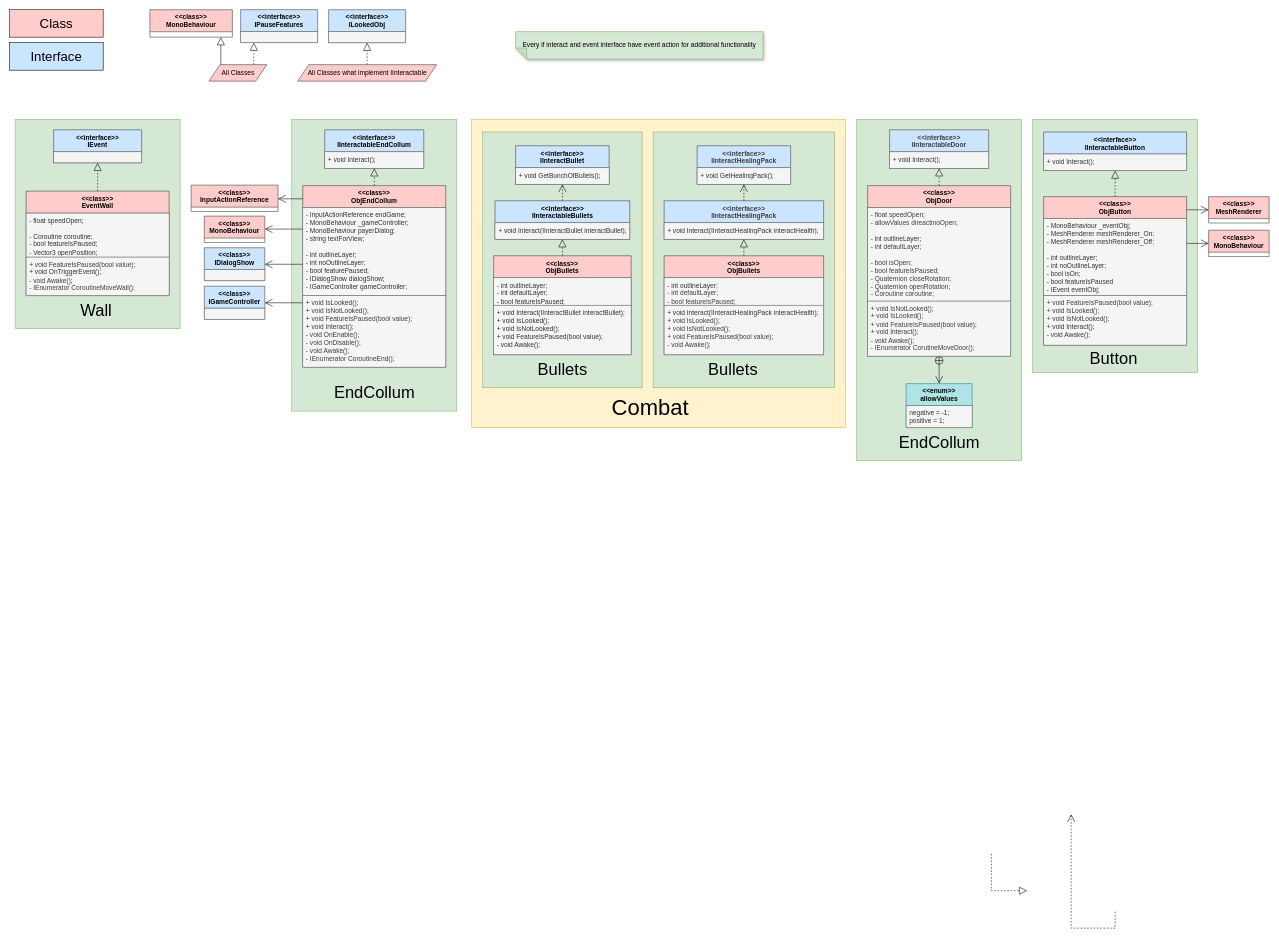
Earlier version of the draw.io diagram doc/Class_Diagram_Objects.drawio (OGecgo/TheCatCult). Source tidied: cells renumbered, new cells numbered last; positions are measured from the earlier drawing's top-left corner, leaving out a move shared by most shapes. Both pictures are drawn from the tidied source at 55%, with x=0, y=0 at pixel (9, 9).
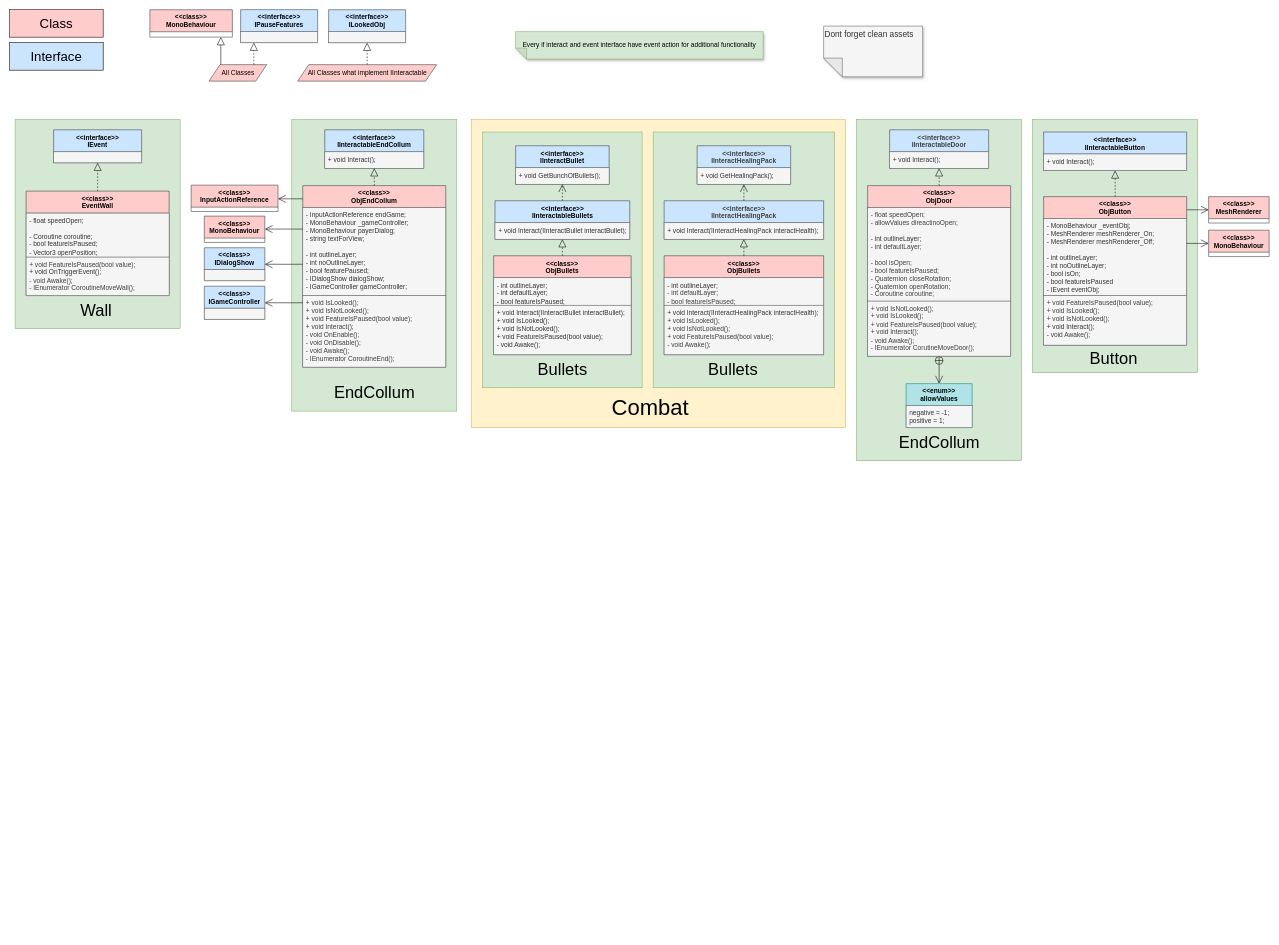
Above is the later version.

The edit, as a diff of the source:
```diff
@@
-    <mxCell id="29" style="html=1;endSize=12;endArrow=open;endFill=0;rounded=0;edgeStyle=elbowEdgeStyle;elbow=vertical;dashed=1;" parent="1" edge="1">
-      <mxGeometry relative="1" as="geometry">
-        <mxPoint x="2010" y="1640" as="sourcePoint" />
-        <mxPoint x="1930" y="1463" as="targetPoint" />
-        <Array as="points">
-          <mxPoint x="2010" y="1670" />
-        </Array>
-      </mxGeometry>
-    </mxCell>
-    <mxCell id="30" style="html=1;endSize=12;endArrow=block;endFill=0;rounded=0;edgeStyle=elbowEdgeStyle;elbow=vertical;dashed=1;" parent="1" edge="1">
-      <mxGeometry relative="1" as="geometry">
-        <mxPoint x="1785" y="1535" as="sourcePoint" />
-        <mxPoint x="1850" y="1602" as="targetPoint" />
-        <Array as="points">
-          <mxPoint x="1820" y="1602" />
-        </Array>
-      </mxGeometry>
-    </mxCell>
@@
+    <mxCell id="94" value="&lt;div&gt;Dont forget clean assets&lt;/div&gt;&lt;div class=&quot;layout--JZpqG row--WOeiJ gap_8--tT8LQ align-center--fgDUV justify-start--fJwIv&quot;&gt;&lt;/div&gt;&lt;div style=&quot;&quot;&gt;&lt;div class=&quot;_35I9i&quot;&gt;&lt;/div&gt;&lt;/div&gt;" style="shape=note;whiteSpace=wrap;html=1;backgroundOutline=1;darkOpacity=0.05;fillColor=#f5f5f5;strokeColor=#666666;fillStyle=solid;direction=west;gradientDirection=north;shadow=1;size=34;fontColor=#333333;verticalAlign=top;fontSize=15;align=left;" parent="1" vertex="1">
+      <mxGeometry x="1480" y="30" width="180" height="92.2" as="geometry" />
+    </mxCell>
```
